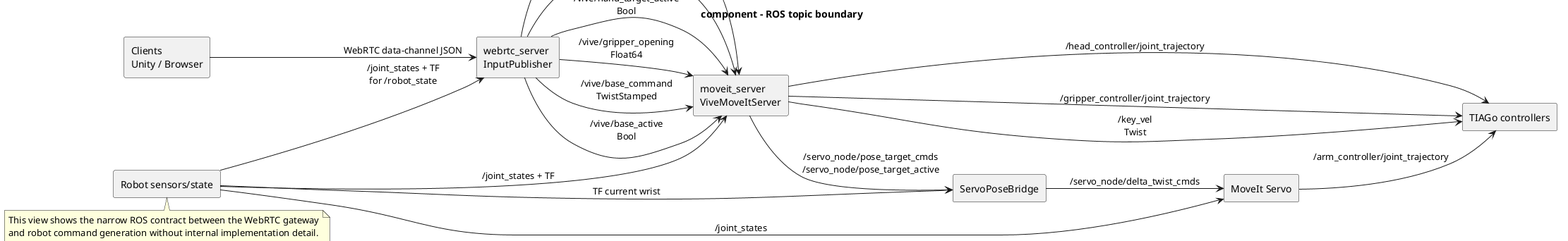
Before: docs/architecture/component/ros-topic-boundary.png, a diagram exported from PlantUML (ichores-research/vive_teleop).
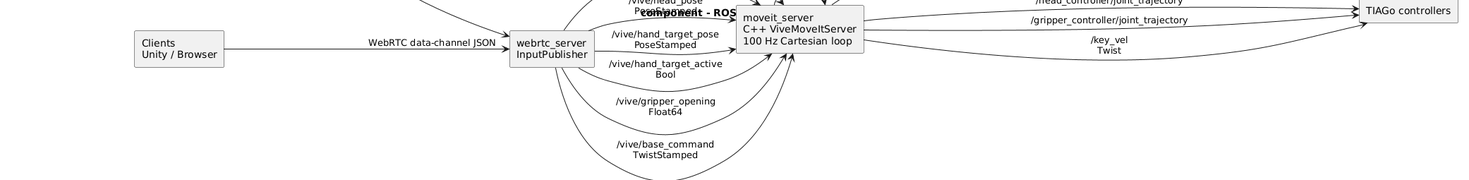
Later version of the same file.

Change to the diagram source:
```diff
@@ -10,9 +10,8 @@
 
 component "Clients\nUnity / Browser" as Clients
 component "webrtc_server\nInputPublisher" as InputPublisher
-component "moveit_server\nViveMoveItServer" as Teleop
-component "ServoPoseBridge" as Bridge
-component "MoveIt Servo" as Servo
+component "moveit_server\nC++ ViveMoveItServer\n100 Hz Cartesian loop" as Teleop
+component "MoveIt Servo\n7-DOF differential IK" as Servo
 component "TIAGo controllers" as Controllers
 component "Robot sensors/state" as Sensors
 
@@ -21,7 +20,6 @@
 Sensors --> InputPublisher : /joint_states + TF\nfor /robot_state
 Sensors --> Teleop : /joint_states + TF
 Sensors --> Servo : /joint_states
-Sensors --> Bridge : TF current wrist
 
 InputPublisher --> Teleop : /vive/head_pose\nPoseStamped
 InputPublisher --> Teleop : /vive/hand_target_pose\nPoseStamped
@@ -33,8 +31,8 @@
 Teleop --> Controllers : /head_controller/joint_trajectory
 Teleop --> Controllers : /gripper_controller/joint_trajectory
 Teleop --> Controllers : /key_vel\nTwist
-Teleop --> Bridge : /servo_node/pose_target_cmds\n/servo_node/pose_target_active
-Bridge --> Servo : /servo_node/delta_twist_cmds
+Teleop --> Servo : /servo_node/delta_twist_cmds\nTwistStamped speed_units
+Teleop --> Teleop : /servo_node/pose_target_cmds\n/servo_node/pose_target_active\nobservability topics
 Servo --> Controllers : /arm_controller/joint_trajectory
 
 note bottom
```
